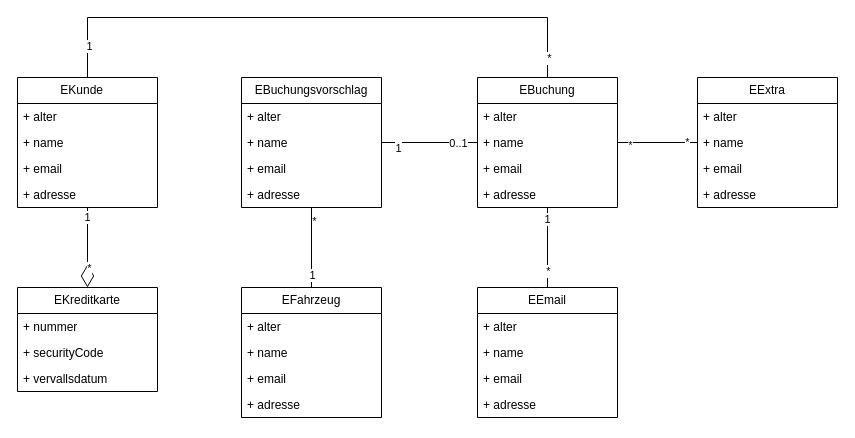
Before: sw-eng-04.drawio in MassimiIiano/software-eng-projects-uni, a draw.io diagram. Source tidied: cells renumbered, new cells numbered last; positions are measured from the earlier drawing's top-left corner, leaving out a move shared by most shapes. Both pictures are drawn from the tidied source at 100%, with x=0, y=0 at pixel (17, 17).
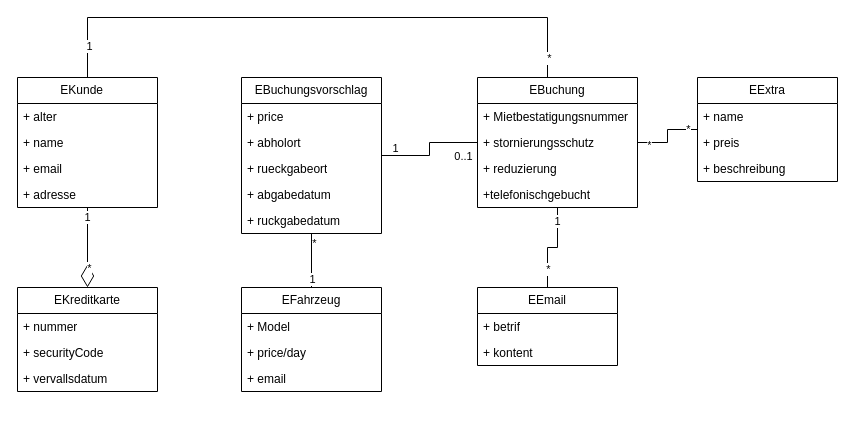
After the change.

What changed in the source:
```diff
@@
     <mxCell id="16" value="EBuchungsvorschlag" style="swimlane;fontStyle=0;horizontal=1;startSize=26;fillColor=none;whiteSpace=wrap;html=1;" parent="1" vertex="1">
-      <mxGeometry x="224" y="60" width="140" height="130" as="geometry" />
+      <mxGeometry x="224" y="60" width="140" height="156" as="geometry" />
     </mxCell>
-    <mxCell id="17" value="+ alter" style="text;strokeColor=none;fillColor=none;align=left;verticalAlign=top;spacingLeft=4;spacingRight=4;overflow=hidden;whiteSpace=wrap;html=1;" parent="16" vertex="1">
+    <mxCell id="17" value="+ price" style="text;strokeColor=none;fillColor=none;align=left;verticalAlign=top;spacingLeft=4;spacingRight=4;overflow=hidden;whiteSpace=wrap;html=1;" parent="16" vertex="1">
       <mxGeometry y="26" width="140" height="26" as="geometry" />
     </mxCell>
-    <mxCell id="18" value="+ name" style="text;strokeColor=none;fillColor=none;align=left;verticalAlign=top;spacingLeft=4;spacingRight=4;overflow=hidden;whiteSpace=wrap;html=1;" parent="16" vertex="1">
+    <mxCell id="18" value="+ abholort" style="text;strokeColor=none;fillColor=none;align=left;verticalAlign=top;spacingLeft=4;spacingRight=4;overflow=hidden;whiteSpace=wrap;html=1;" parent="16" vertex="1">
       <mxGeometry y="52" width="140" height="26" as="geometry" />
     </mxCell>
-    <mxCell id="19" value="+ email" style="text;strokeColor=none;fillColor=none;align=left;verticalAlign=top;spacingLeft=4;spacingRight=4;overflow=hidden;whiteSpace=wrap;html=1;" parent="16" vertex="1">
+    <mxCell id="19" value="+ rueckgabeort" style="text;strokeColor=none;fillColor=none;align=left;verticalAlign=top;spacingLeft=4;spacingRight=4;overflow=hidden;whiteSpace=wrap;html=1;" parent="16" vertex="1">
       <mxGeometry y="78" width="140" height="26" as="geometry" />
     </mxCell>
-    <mxCell id="20" value="+ adresse" style="text;strokeColor=none;fillColor=none;align=left;verticalAlign=top;spacingLeft=4;spacingRight=4;overflow=hidden;whiteSpace=wrap;html=1;" parent="16" vertex="1">
+    <mxCell id="20" value="&lt;div&gt;+ abgabedatum&lt;/div&gt;&lt;div&gt;&lt;br&gt;&lt;/div&gt;" style="text;strokeColor=none;fillColor=none;align=left;verticalAlign=top;spacingLeft=4;spacingRight=4;overflow=hidden;whiteSpace=wrap;html=1;" parent="16" vertex="1">
       <mxGeometry y="104" width="140" height="26" as="geometry" />
     </mxCell>
+    <mxCell id="52" value="+ ruckgabedatum" style="text;strokeColor=none;fillColor=none;align=left;verticalAlign=top;spacingLeft=4;spacingRight=4;overflow=hidden;whiteSpace=wrap;html=1;" parent="16" vertex="1">
+      <mxGeometry y="130" width="140" height="26" as="geometry" />
+    </mxCell>
@@
     <mxCell id="24" value="EEmail" style="swimlane;fontStyle=0;horizontal=1;startSize=26;fillColor=none;whiteSpace=wrap;html=1;" parent="1" vertex="1">
-      <mxGeometry x="460" y="270" width="140" height="130" as="geometry" />
+      <mxGeometry x="460" y="270" width="140" height="78" as="geometry" />
     </mxCell>
-    <mxCell id="25" value="+ alter" style="text;strokeColor=none;fillColor=none;align=left;verticalAlign=top;spacingLeft=4;spacingRight=4;overflow=hidden;whiteSpace=wrap;html=1;" parent="24" vertex="1">
+    <mxCell id="25" value="+ betrif" style="text;strokeColor=none;fillColor=none;align=left;verticalAlign=top;spacingLeft=4;spacingRight=4;overflow=hidden;whiteSpace=wrap;html=1;" parent="24" vertex="1">
       <mxGeometry y="26" width="140" height="26" as="geometry" />
     </mxCell>
-    <mxCell id="26" value="+ name" style="text;strokeColor=none;fillColor=none;align=left;verticalAlign=top;spacingLeft=4;spacingRight=4;overflow=hidden;whiteSpace=wrap;html=1;" parent="24" vertex="1">
+    <mxCell id="26" value="+ kontent" style="text;strokeColor=none;fillColor=none;align=left;verticalAlign=top;spacingLeft=4;spacingRight=4;overflow=hidden;whiteSpace=wrap;html=1;" parent="24" vertex="1">
       <mxGeometry y="52" width="140" height="26" as="geometry" />
     </mxCell>
-    <mxCell id="27" value="+ email" style="text;strokeColor=none;fillColor=none;align=left;verticalAlign=top;spacingLeft=4;spacingRight=4;overflow=hidden;whiteSpace=wrap;html=1;" parent="24" vertex="1">
-      <mxGeometry y="78" width="140" height="26" as="geometry" />
-    </mxCell>
-    <mxCell id="28" value="+ adresse" style="text;strokeColor=none;fillColor=none;align=left;verticalAlign=top;spacingLeft=4;spacingRight=4;overflow=hidden;whiteSpace=wrap;html=1;" parent="24" vertex="1">
-      <mxGeometry y="104" width="140" height="26" as="geometry" />
-    </mxCell>
@@
     <mxCell id="31" value="EBuchung" style="swimlane;fontStyle=0;horizontal=1;startSize=26;fillColor=none;whiteSpace=wrap;html=1;" parent="1" vertex="1">
-      <mxGeometry x="460" y="60" width="140" height="130" as="geometry" />
+      <mxGeometry x="460" y="60" width="160" height="130" as="geometry" />
     </mxCell>
-    <mxCell id="32" value="+ alter" style="text;strokeColor=none;fillColor=none;align=left;verticalAlign=top;spacingLeft=4;spacingRight=4;overflow=hidden;whiteSpace=wrap;html=1;" parent="31" vertex="1">
-      <mxGeometry y="26" width="140" height="26" as="geometry" />
+    <mxCell id="32" value="+ Mietbestatigungsnummer" style="text;strokeColor=none;fillColor=none;align=left;verticalAlign=top;spacingLeft=4;spacingRight=4;overflow=hidden;whiteSpace=wrap;html=1;" parent="31" vertex="1">
+      <mxGeometry y="26" width="160" height="26" as="geometry" />
     </mxCell>
-    <mxCell id="33" value="+ name" style="text;strokeColor=none;fillColor=none;align=left;verticalAlign=top;spacingLeft=4;spacingRight=4;overflow=hidden;whiteSpace=wrap;html=1;" parent="31" vertex="1">
-      <mxGeometry y="52" width="140" height="26" as="geometry" />
-    </mxCell>
-    <mxCell id="34" value="+ email" style="text;strokeColor=none;fillColor=none;align=left;verticalAlign=top;spacingLeft=4;spacingRight=4;overflow=hidden;whiteSpace=wrap;html=1;" parent="31" vertex="1">
-      <mxGeometry y="78" width="140" height="26" as="geometry" />
-    </mxCell>
-    <mxCell id="35" value="+ adresse" style="text;strokeColor=none;fillColor=none;align=left;verticalAlign=top;spacingLeft=4;spacingRight=4;overflow=hidden;whiteSpace=wrap;html=1;" parent="31" vertex="1">
-      <mxGeometry y="104" width="140" height="26" as="geometry" />
-    </mxCell>
+    <mxCell id="53" value="+ stornierungsschutz" style="text;strokeColor=none;fillColor=none;align=left;verticalAlign=top;spacingLeft=4;spacingRight=4;overflow=hidden;whiteSpace=wrap;html=1;" parent="31" vertex="1">
+      <mxGeometry y="52" width="160" height="26" as="geometry" />
+    </mxCell>
+    <mxCell id="54" value="+ reduzierung" style="text;strokeColor=none;fillColor=none;align=left;verticalAlign=top;spacingLeft=4;spacingRight=4;overflow=hidden;whiteSpace=wrap;html=1;" parent="31" vertex="1">
+      <mxGeometry y="78" width="160" height="26" as="geometry" />
+    </mxCell>
+    <mxCell id="55" value="+telefonischgebucht" style="text;strokeColor=none;fillColor=none;align=left;verticalAlign=top;spacingLeft=4;spacingRight=4;overflow=hidden;whiteSpace=wrap;html=1;" parent="31" vertex="1">
+      <mxGeometry y="104" width="160" height="26" as="geometry" />
+    </mxCell>
@@
     <mxCell id="39" value="EFahrzeug" style="swimlane;fontStyle=0;horizontal=1;startSize=26;fillColor=none;whiteSpace=wrap;html=1;" parent="1" vertex="1">
-      <mxGeometry x="224" y="270" width="140" height="130" as="geometry" />
+      <mxGeometry x="224" y="270" width="140" height="104" as="geometry" />
     </mxCell>
-    <mxCell id="40" value="+ alter" style="text;strokeColor=none;fillColor=none;align=left;verticalAlign=top;spacingLeft=4;spacingRight=4;overflow=hidden;whiteSpace=wrap;html=1;" parent="39" vertex="1">
+    <mxCell id="40" value="+ Model" style="text;strokeColor=none;fillColor=none;align=left;verticalAlign=top;spacingLeft=4;spacingRight=4;overflow=hidden;whiteSpace=wrap;html=1;" parent="39" vertex="1">
       <mxGeometry y="26" width="140" height="26" as="geometry" />
     </mxCell>
-    <mxCell id="41" value="+ name" style="text;strokeColor=none;fillColor=none;align=left;verticalAlign=top;spacingLeft=4;spacingRight=4;overflow=hidden;whiteSpace=wrap;html=1;" parent="39" vertex="1">
+    <mxCell id="41" value="+ price/day" style="text;strokeColor=none;fillColor=none;align=left;verticalAlign=top;spacingLeft=4;spacingRight=4;overflow=hidden;whiteSpace=wrap;html=1;" parent="39" vertex="1">
       <mxGeometry y="52" width="140" height="26" as="geometry" />
     </mxCell>
@@
-    <mxCell id="43" value="+ adresse" style="text;strokeColor=none;fillColor=none;align=left;verticalAlign=top;spacingLeft=4;spacingRight=4;overflow=hidden;whiteSpace=wrap;html=1;" parent="39" vertex="1">
-      <mxGeometry y="104" width="140" height="26" as="geometry" />
-    </mxCell>
     <mxCell id="44" value="EExtra" style="swimlane;fontStyle=0;horizontal=1;startSize=26;fillColor=none;whiteSpace=wrap;html=1;" parent="1" vertex="1">
-      <mxGeometry x="680" y="60" width="140" height="130" as="geometry" />
+      <mxGeometry x="680" y="60" width="140" height="104" as="geometry" />
     </mxCell>
-    <mxCell id="45" value="+ alter" style="text;strokeColor=none;fillColor=none;align=left;verticalAlign=top;spacingLeft=4;spacingRight=4;overflow=hidden;whiteSpace=wrap;html=1;" parent="44" vertex="1">
-      <mxGeometry y="26" width="140" height="26" as="geometry" />
-    </mxCell>
     <mxCell id="46" value="+ name" style="text;strokeColor=none;fillColor=none;align=left;verticalAlign=top;spacingLeft=4;spacingRight=4;overflow=hidden;whiteSpace=wrap;html=1;" parent="44" vertex="1">
-      <mxGeometry y="52" width="140" height="26" as="geometry" />
+      <mxGeometry y="26" width="140" height="26" as="geometry" />
     </mxCell>
-    <mxCell id="47" value="+ email" style="text;strokeColor=none;fillColor=none;align=left;verticalAlign=top;spacingLeft=4;spacingRight=4;overflow=hidden;whiteSpace=wrap;html=1;" parent="44" vertex="1">
-      <mxGeometry y="78" width="140" height="26" as="geometry" />
+    <mxCell id="47" value="+ preis" style="text;strokeColor=none;fillColor=none;align=left;verticalAlign=top;spacingLeft=4;spacingRight=4;overflow=hidden;whiteSpace=wrap;html=1;" parent="44" vertex="1">
+      <mxGeometry y="52" width="140" height="26" as="geometry" />
     </mxCell>
-    <mxCell id="48" value="+ adresse" style="text;strokeColor=none;fillColor=none;align=left;verticalAlign=top;spacingLeft=4;spacingRight=4;overflow=hidden;whiteSpace=wrap;html=1;" parent="44" vertex="1">
-      <mxGeometry y="104" width="140" height="26" as="geometry" />
+    <mxCell id="48" value="+ beschreibung" style="text;strokeColor=none;fillColor=none;align=left;verticalAlign=top;spacingLeft=4;spacingRight=4;overflow=hidden;whiteSpace=wrap;html=1;" parent="44" vertex="1">
+      <mxGeometry y="78" width="140" height="26" as="geometry" />
     </mxCell>
```
